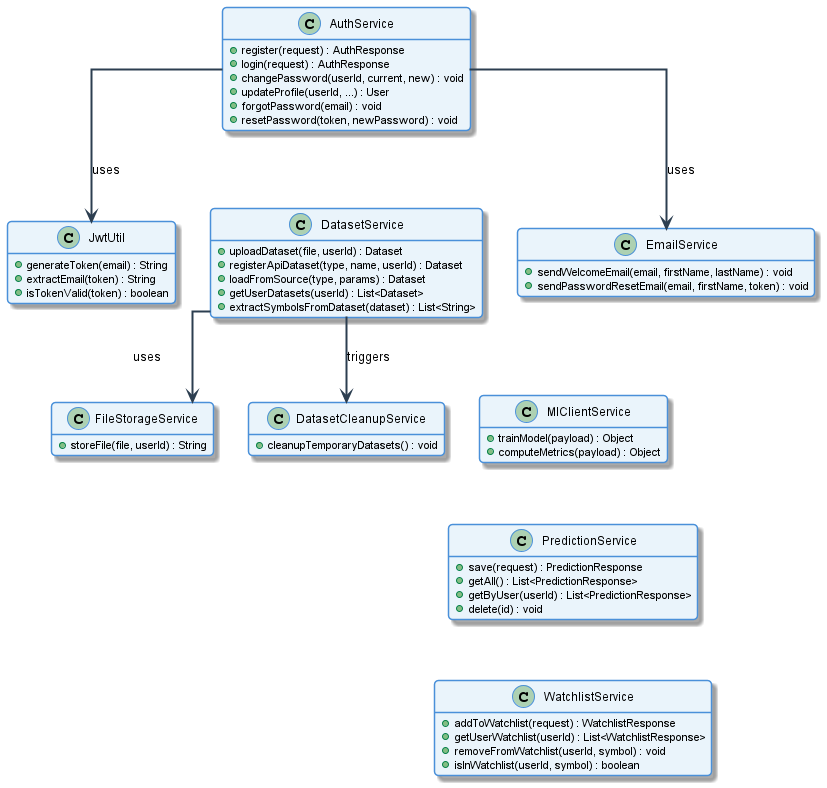
The PlantUML diagram Service Layer Class Diagram.png in abir-ommezzine/stock_market_dashboard, before a commit.
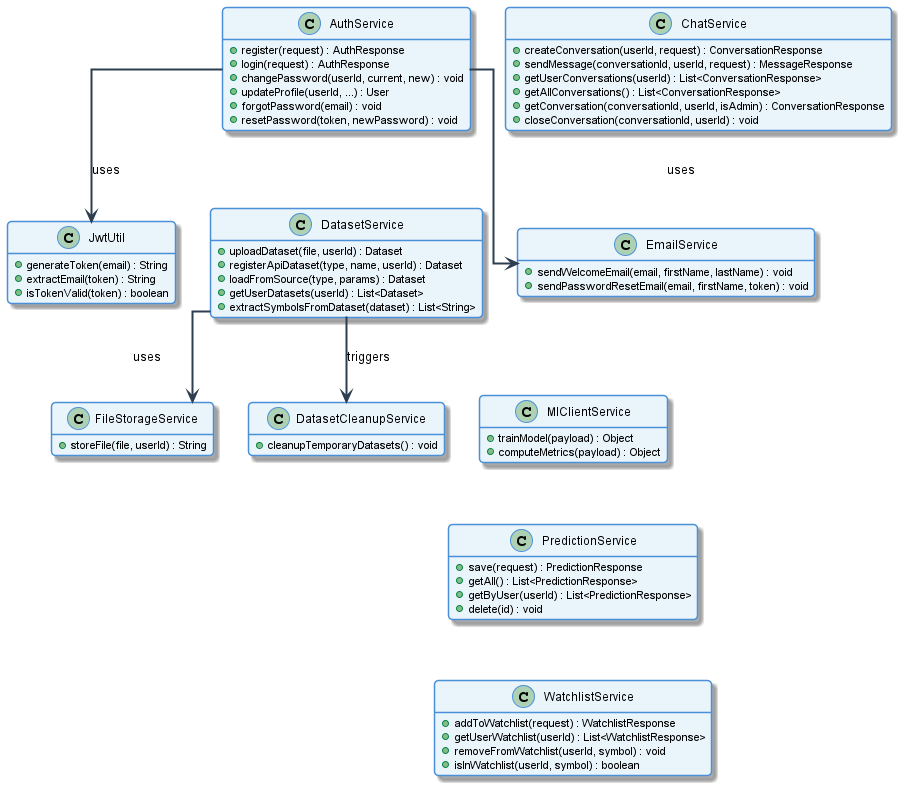
The same file after the commit.

Diff of the diagram source:
```diff
@@ -60,6 +60,15 @@
   + isInWatchlist(userId, symbol) : boolean
 }
 
+class ChatService {
+  + createConversation(userId, request) : ConversationResponse
+  + sendMessage(conversationId, userId, request) : MessageResponse
+  + getUserConversations(userId) : List<ConversationResponse>
+  + getAllConversations() : List<ConversationResponse>
+  + getConversation(conversationId, userId, isAdmin) : ConversationResponse
+  + closeConversation(conversationId, userId) : void
+}
+
 class EmailService {
   + sendWelcomeEmail(email, firstName, lastName) : void
   + sendPasswordResetEmail(email, firstName, token) : void
```
